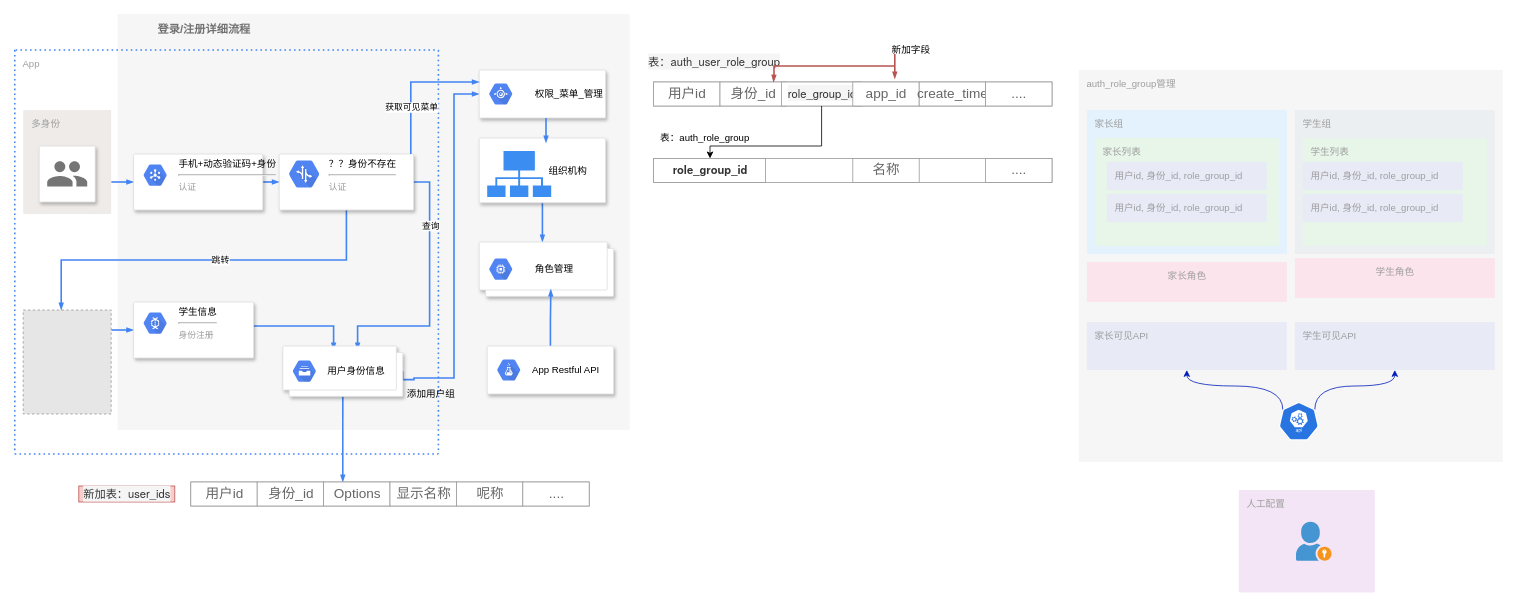
Earlier version of the draw.io diagram craft/aa_flow_2.drawio (feihu618/drawio). Source tidied: cells renumbered, new cells numbered last; positions are measured from the earlier drawing's top-left corner, leaving out a move shared by most shapes. Both pictures are drawn from the tidied source at 80%, with x=0, y=0 at pixel (14, 14). Pictures stored in the file or linked from it are replaced by grey dashed boxes.
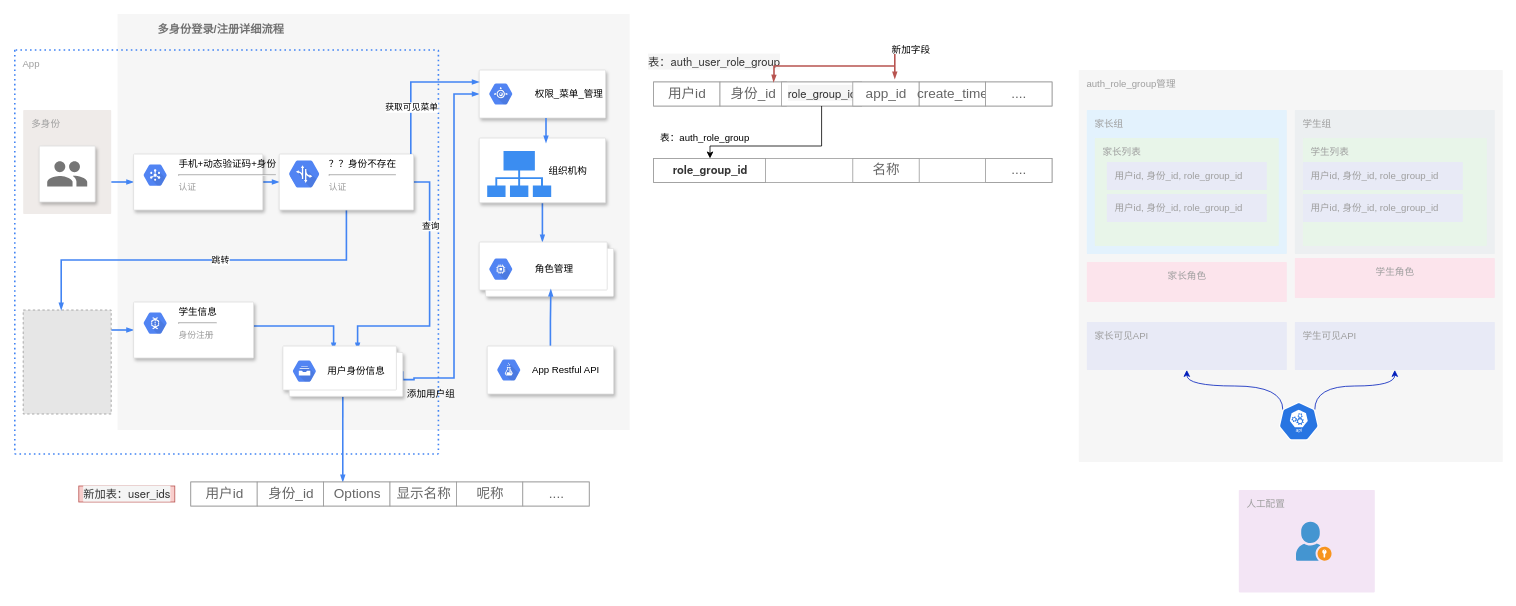
After the change.

The edit, as a diff of the source:
```diff
@@
-    <mxCell id="2" value="&lt;b&gt;登录/注册详细流程&lt;/b&gt;" style="fillColor=#F6F6F6;strokeColor=none;shadow=0;gradientColor=none;fontSize=14;align=left;spacing=10;fontColor=#717171;9E9E9E;verticalAlign=top;spacingTop=-4;fontStyle=0;spacingLeft=40;html=1;" parent="1" vertex="1">
+    <mxCell id="2" value="&lt;b&gt;多身份登录/注册详细流程&lt;/b&gt;" style="fillColor=#F6F6F6;strokeColor=none;shadow=0;gradientColor=none;fontSize=14;align=left;spacing=10;fontColor=#717171;9E9E9E;verticalAlign=top;spacingTop=-4;fontStyle=0;spacingLeft=40;html=1;" parent="1" vertex="1">
       <mxGeometry x="128.5" width="640" height="520" as="geometry" />
     </mxCell>
```
